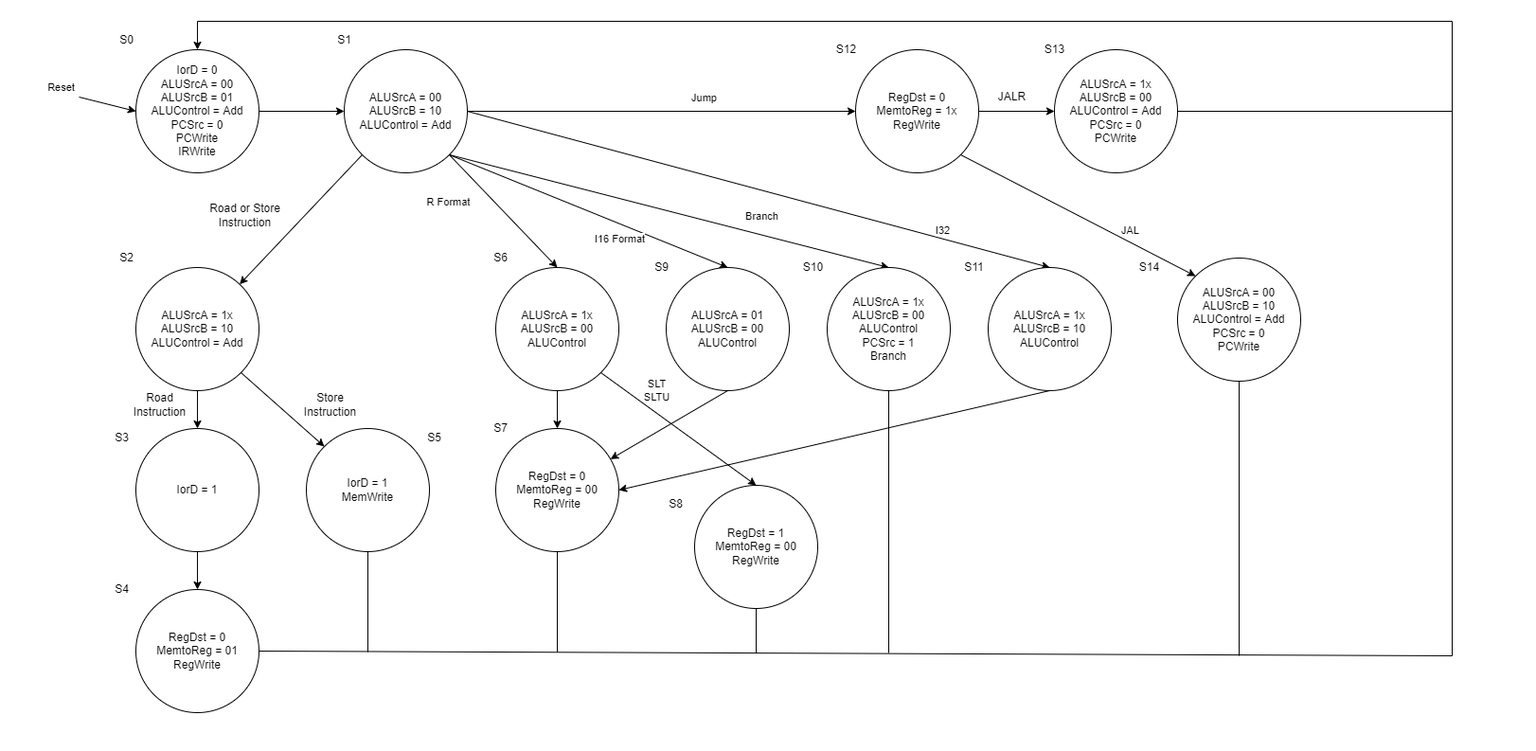
The draw.io diagram docs/fsm.drawio.png in kkinos/ktc32, before a commit. Source tidied: cells renumbered, new cells last; positions are measured from the earlier drawing's top-left corner, leaving out a move shared by most shapes.
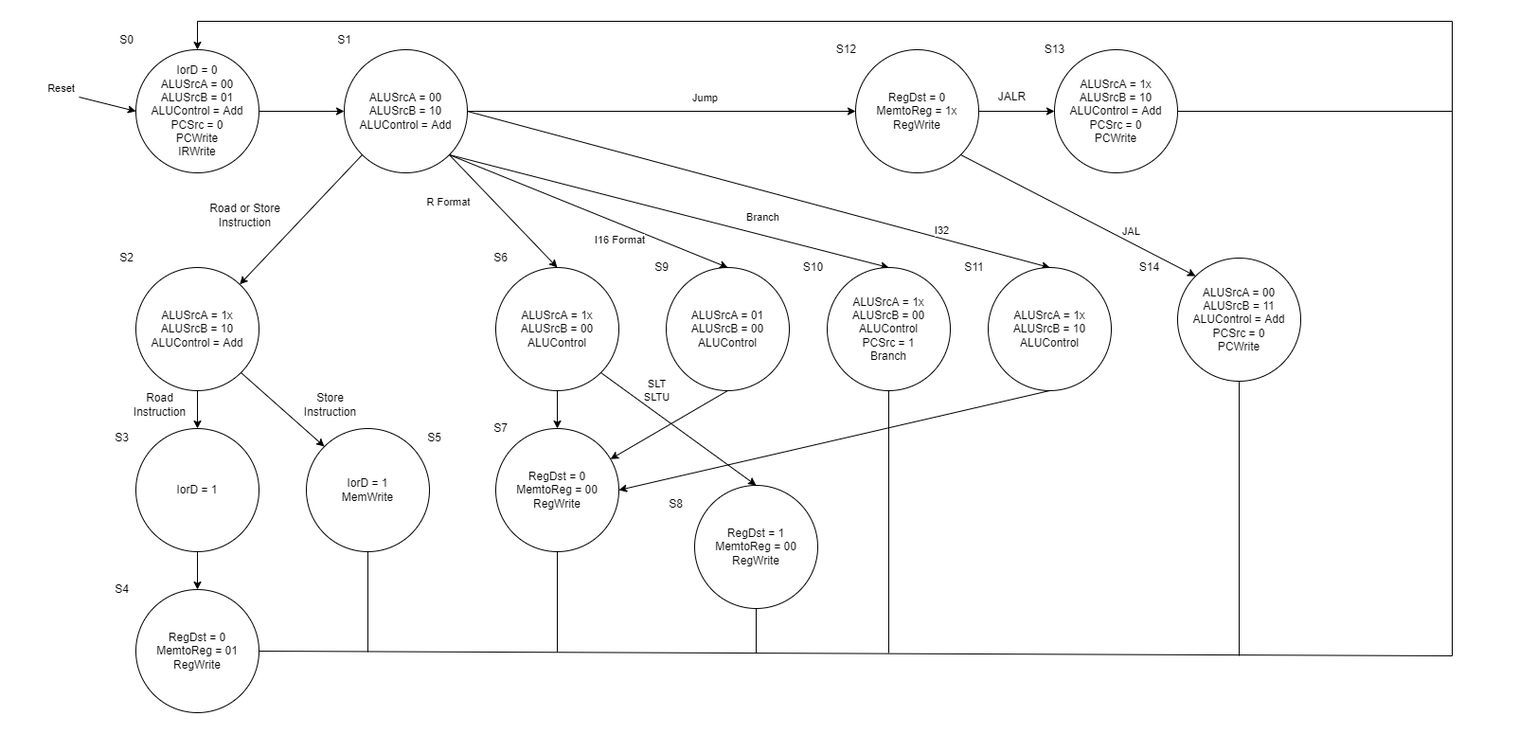
The same diagram one commit later.

Change to the diagram source:
```diff
@@ -216,7 +216,7 @@
         <mxPoint x="1533" y="117" as="targetPoint" />
       </mxGeometry>
     </mxCell>
-    <mxCell id="62" value="ALUSrcA = 1x&lt;br&gt;ALUSrcB = 00&lt;br&gt;ALUControl = Add&lt;br&gt;PCSrc = 0&lt;br&gt;PCWrite" style="ellipse;whiteSpace=wrap;html=1;" parent="1" vertex="1">
+    <mxCell id="62" value="ALUSrcA = 1x&lt;br&gt;ALUSrcB = 10&lt;br&gt;ALUControl = Add&lt;br&gt;PCSrc = 0&lt;br&gt;PCWrite" style="ellipse;whiteSpace=wrap;html=1;" parent="1" vertex="1">
       <mxGeometry x="1113" y="52" width="130" height="130" as="geometry" />
     </mxCell>
     <mxCell id="63" value="JALR" style="text;html=1;align=center;verticalAlign=middle;strokeColor=none;fillColor=none;" parent="1" vertex="1">
@@ -233,7 +233,7 @@
         <mxPoint x="1308" y="692" as="targetPoint" />
       </mxGeometry>
     </mxCell>
-    <mxCell id="67" value="ALUSrcA = 00&lt;br&gt;ALUSrcB = 10&lt;br&gt;ALUControl = Add&lt;br&gt;PCSrc = 0&lt;br&gt;PCWrite" style="ellipse;whiteSpace=wrap;html=1;" parent="1" vertex="1">
+    <mxCell id="67" value="ALUSrcA = 00&lt;br&gt;ALUSrcB = 11&lt;br&gt;ALUControl = Add&lt;br&gt;PCSrc = 0&lt;br&gt;PCWrite" style="ellipse;whiteSpace=wrap;html=1;" parent="1" vertex="1">
       <mxGeometry x="1243" y="272" width="130" height="130" as="geometry" />
     </mxCell>
     <mxCell id="68" value="S14" style="text;html=1;align=center;verticalAlign=middle;strokeColor=none;fillColor=none;" parent="1" vertex="1">
```
